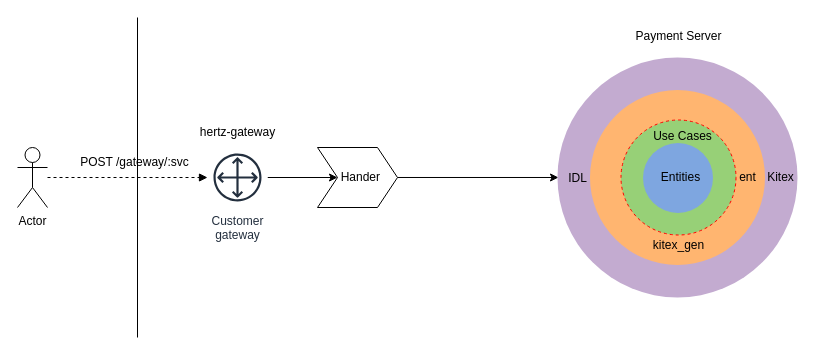
Before: 未命名绘图.drawio in baiyutang/draw, a draw.io diagram. Source tidied: cells renumbered, new cells numbered last; positions are measured from the earlier drawing's top-left corner, leaving out a move shared by most shapes. Both pictures are drawn from the tidied source at 100%, with x=0, y=0 at pixel (17, 17).
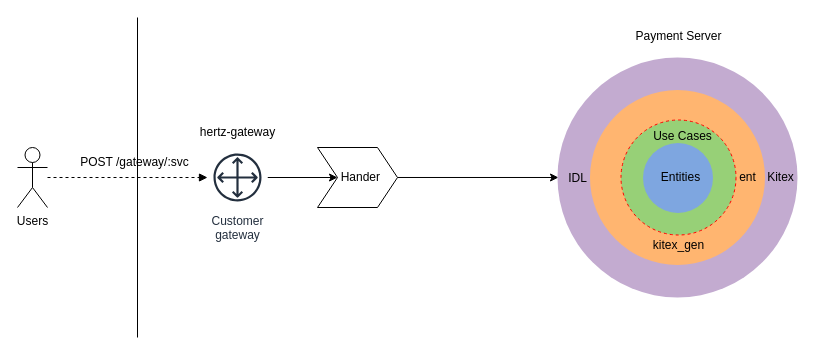
The same page after the edit.

What changed in the source:
```diff
@@
-    <mxCell id="2" value="Actor" style="shape=umlActor;verticalLabelPosition=bottom;verticalAlign=top;html=1;outlineConnect=0;" parent="1" vertex="1">
+    <mxCell id="2" value="Users" style="shape=umlActor;verticalLabelPosition=bottom;verticalAlign=top;html=1;outlineConnect=0;" parent="1" vertex="1">
       <mxGeometry y="130" width="30" height="60" as="geometry" />
     </mxCell>
```
